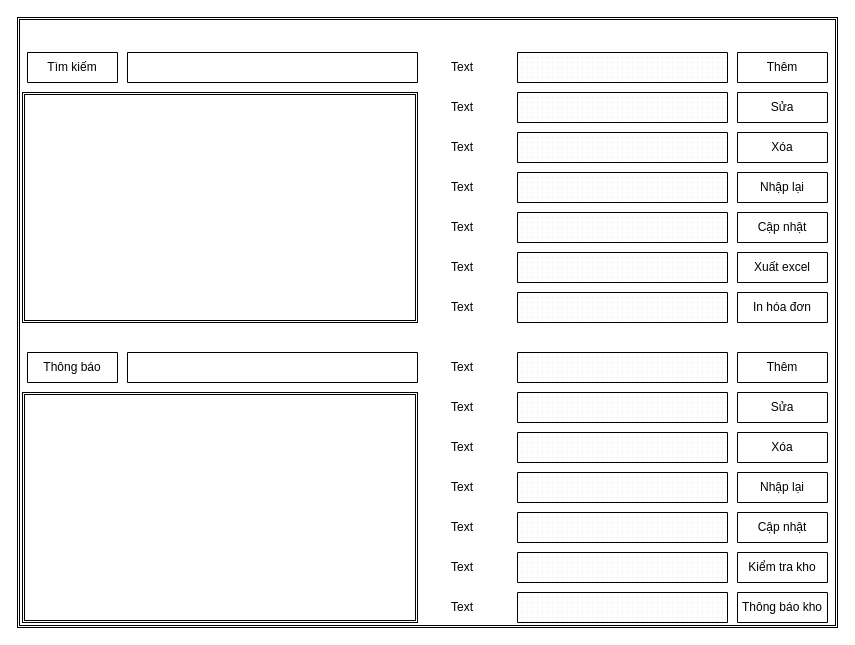
Before: Documents/file draw.io giao diện/hanghoa-cthanghoa.drawio in boopanda1998/Cong_nghe_phan_mem, a draw.io diagram. Source tidied: cells renumbered, new cells numbered last; positions are measured from the earlier drawing's top-left corner, leaving out a move shared by most shapes. Both pictures are drawn from the tidied source at 100%, with x=0, y=0 at pixel (17, 17).
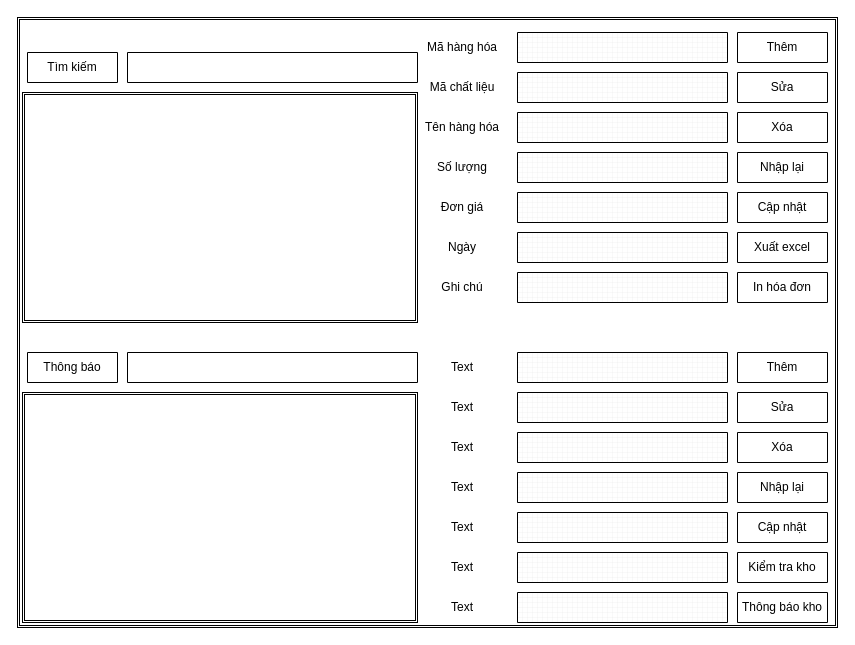
After the change.

The edit, as a diff of the source:
```diff
@@
     <mxCell id="4" style="verticalLabelPosition=bottom;verticalAlign=top;html=1;shape=mxgraph.basic.rect;fillColor2=none;strokeWidth=1;size=20;indent=5;" parent="1" vertex="1">
-      <mxGeometry x="720" y="35" width="90" height="30" as="geometry" />
+      <mxGeometry x="720" y="15" width="90" height="30" as="geometry" />
     </mxCell>
@@
     <mxCell id="10" style="verticalLabelPosition=bottom;verticalAlign=top;html=1;shape=mxgraph.basic.rect;fillColor2=none;strokeWidth=1;size=20;indent=5;" parent="1" vertex="1">
-      <mxGeometry x="720" y="75" width="90" height="30" as="geometry" />
+      <mxGeometry x="720" y="55" width="90" height="30" as="geometry" />
     </mxCell>
     <mxCell id="11" style="verticalLabelPosition=bottom;verticalAlign=top;html=1;shape=mxgraph.basic.rect;fillColor2=none;strokeWidth=1;size=20;indent=5;" parent="1" vertex="1">
-      <mxGeometry x="720" y="115" width="90" height="30" as="geometry" />
+      <mxGeometry x="720" y="95" width="90" height="30" as="geometry" />
     </mxCell>
     <mxCell id="12" style="verticalLabelPosition=bottom;verticalAlign=top;html=1;shape=mxgraph.basic.rect;fillColor2=none;strokeWidth=1;size=20;indent=5;" parent="1" vertex="1">
-      <mxGeometry x="720" y="155" width="90" height="30" as="geometry" />
+      <mxGeometry x="720" y="135" width="90" height="30" as="geometry" />
     </mxCell>
     <mxCell id="13" style="verticalLabelPosition=bottom;verticalAlign=top;html=1;shape=mxgraph.basic.rect;fillColor2=none;strokeWidth=1;size=20;indent=5;" parent="1" vertex="1">
-      <mxGeometry x="720" y="195" width="90" height="30" as="geometry" />
+      <mxGeometry x="720" y="175" width="90" height="30" as="geometry" />
     </mxCell>
     <mxCell id="14" style="verticalLabelPosition=bottom;verticalAlign=top;html=1;shape=mxgraph.basic.rect;fillColor2=none;strokeWidth=1;size=20;indent=5;" parent="1" vertex="1">
-      <mxGeometry x="720" y="235" width="90" height="30" as="geometry" />
+      <mxGeometry x="720" y="215" width="90" height="30" as="geometry" />
     </mxCell>
@@
     <mxCell id="17" style="verticalLabelPosition=bottom;verticalAlign=top;html=1;shape=mxgraph.basic.patternFillRect;fillStyle=grid;step=5;fillStrokeWidth=0.2;fillStrokeColor=#dddddd;" parent="1" vertex="1">
-      <mxGeometry x="500" y="35" width="210" height="30" as="geometry" />
+      <mxGeometry x="500" y="15" width="210" height="30" as="geometry" />
     </mxCell>
     <mxCell id="18" style="verticalLabelPosition=bottom;verticalAlign=top;html=1;shape=mxgraph.basic.patternFillRect;fillStyle=grid;step=5;fillStrokeWidth=0.2;fillStrokeColor=#dddddd;" parent="1" vertex="1">
-      <mxGeometry x="500" y="75" width="210" height="30" as="geometry" />
+      <mxGeometry x="500" y="55" width="210" height="30" as="geometry" />
     </mxCell>
     <mxCell id="19" style="verticalLabelPosition=bottom;verticalAlign=top;html=1;shape=mxgraph.basic.patternFillRect;fillStyle=grid;step=5;fillStrokeWidth=0.2;fillStrokeColor=#dddddd;" parent="1" vertex="1">
-      <mxGeometry x="500" y="115" width="210" height="30" as="geometry" />
+      <mxGeometry x="500" y="95" width="210" height="30" as="geometry" />
     </mxCell>
     <mxCell id="20" style="verticalLabelPosition=bottom;verticalAlign=top;html=1;shape=mxgraph.basic.patternFillRect;fillStyle=grid;step=5;fillStrokeWidth=0.2;fillStrokeColor=#dddddd;" parent="1" vertex="1">
-      <mxGeometry x="500" y="195" width="210" height="30" as="geometry" />
+      <mxGeometry x="500" y="175" width="210" height="30" as="geometry" />
     </mxCell>
     <mxCell id="21" style="verticalLabelPosition=bottom;verticalAlign=top;html=1;shape=mxgraph.basic.patternFillRect;fillStyle=grid;step=5;fillStrokeWidth=0.2;fillStrokeColor=#dddddd;" parent="1" vertex="1">
-      <mxGeometry x="500" y="155" width="210" height="30" as="geometry" />
+      <mxGeometry x="500" y="135" width="210" height="30" as="geometry" />
     </mxCell>
     <mxCell id="22" style="verticalLabelPosition=bottom;verticalAlign=top;html=1;shape=mxgraph.basic.patternFillRect;fillStyle=grid;step=5;fillStrokeWidth=0.2;fillStrokeColor=#dddddd;" parent="1" vertex="1">
-      <mxGeometry x="500" y="235" width="210" height="30" as="geometry" />
+      <mxGeometry x="500" y="215" width="210" height="30" as="geometry" />
     </mxCell>
     <mxCell id="23" value="Thêm" style="text;html=1;strokeColor=none;fillColor=none;align=center;verticalAlign=middle;whiteSpace=wrap;rounded=0;" parent="1" vertex="1">
-      <mxGeometry x="720" y="35" width="90" height="30" as="geometry" />
+      <mxGeometry x="720" y="15" width="90" height="30" as="geometry" />
     </mxCell>
-    <mxCell id="24" value="Text" style="text;html=1;strokeColor=none;fillColor=none;align=center;verticalAlign=middle;whiteSpace=wrap;rounded=0;" parent="1" vertex="1">
-      <mxGeometry x="400" y="75" width="90" height="30" as="geometry" />
+    <mxCell id="24" value="Mã chất liệu" style="text;html=1;strokeColor=none;fillColor=none;align=center;verticalAlign=middle;whiteSpace=wrap;rounded=0;" parent="1" vertex="1">
+      <mxGeometry x="400" y="55" width="90" height="30" as="geometry" />
     </mxCell>
-    <mxCell id="25" value="Text" style="text;html=1;strokeColor=none;fillColor=none;align=center;verticalAlign=middle;whiteSpace=wrap;rounded=0;" parent="1" vertex="1">
-      <mxGeometry x="400" y="115" width="90" height="30" as="geometry" />
+    <mxCell id="25" value="Tên hàng hóa" style="text;html=1;strokeColor=none;fillColor=none;align=center;verticalAlign=middle;whiteSpace=wrap;rounded=0;" parent="1" vertex="1">
+      <mxGeometry x="400" y="95" width="90" height="30" as="geometry" />
     </mxCell>
-    <mxCell id="26" value="Text" style="text;html=1;strokeColor=none;fillColor=none;align=center;verticalAlign=middle;whiteSpace=wrap;rounded=0;" parent="1" vertex="1">
-      <mxGeometry x="400" y="235" width="90" height="30" as="geometry" />
+    <mxCell id="26" value="Ngày" style="text;html=1;strokeColor=none;fillColor=none;align=center;verticalAlign=middle;whiteSpace=wrap;rounded=0;" parent="1" vertex="1">
+      <mxGeometry x="400" y="215" width="90" height="30" as="geometry" />
     </mxCell>
-    <mxCell id="27" value="Text" style="text;html=1;strokeColor=none;fillColor=none;align=center;verticalAlign=middle;whiteSpace=wrap;rounded=0;" parent="1" vertex="1">
-      <mxGeometry x="400" y="195" width="90" height="30" as="geometry" />
+    <mxCell id="27" value="Đơn giá" style="text;html=1;strokeColor=none;fillColor=none;align=center;verticalAlign=middle;whiteSpace=wrap;rounded=0;" parent="1" vertex="1">
+      <mxGeometry x="400" y="175" width="90" height="30" as="geometry" />
     </mxCell>
-    <mxCell id="28" value="Text" style="text;html=1;strokeColor=none;fillColor=none;align=center;verticalAlign=middle;whiteSpace=wrap;rounded=0;" parent="1" vertex="1">
-      <mxGeometry x="400" y="155" width="90" height="30" as="geometry" />
+    <mxCell id="28" value="Số lượng" style="text;html=1;strokeColor=none;fillColor=none;align=center;verticalAlign=middle;whiteSpace=wrap;rounded=0;" parent="1" vertex="1">
+      <mxGeometry x="400" y="135" width="90" height="30" as="geometry" />
     </mxCell>
@@
     <mxCell id="51" style="verticalLabelPosition=bottom;verticalAlign=top;html=1;shape=mxgraph.basic.patternFillRect;fillStyle=grid;step=5;fillStrokeWidth=0.2;fillStrokeColor=#dddddd;" parent="1" vertex="1">
-      <mxGeometry x="500" y="275" width="210" height="30" as="geometry" />
+      <mxGeometry x="500" y="255" width="210" height="30" as="geometry" />
     </mxCell>
-    <mxCell id="52" value="Text" style="text;html=1;strokeColor=none;fillColor=none;align=center;verticalAlign=middle;whiteSpace=wrap;rounded=0;" parent="1" vertex="1">
-      <mxGeometry x="400" y="275" width="90" height="30" as="geometry" />
+    <mxCell id="52" value="Ghi chú" style="text;html=1;strokeColor=none;fillColor=none;align=center;verticalAlign=middle;whiteSpace=wrap;rounded=0;" parent="1" vertex="1">
+      <mxGeometry x="400" y="255" width="90" height="30" as="geometry" />
     </mxCell>
     <mxCell id="53" style="verticalLabelPosition=bottom;verticalAlign=top;html=1;shape=mxgraph.basic.rect;fillColor2=none;strokeWidth=1;size=20;indent=5;" parent="1" vertex="1">
-      <mxGeometry x="720" y="275" width="90" height="30" as="geometry" />
+      <mxGeometry x="720" y="255" width="90" height="30" as="geometry" />
     </mxCell>
     <mxCell id="54" value="Sửa" style="text;html=1;strokeColor=none;fillColor=none;align=center;verticalAlign=middle;whiteSpace=wrap;rounded=0;" parent="1" vertex="1">
-      <mxGeometry x="720" y="75" width="90" height="30" as="geometry" />
+      <mxGeometry x="720" y="55" width="90" height="30" as="geometry" />
     </mxCell>
     <mxCell id="55" value="Xóa" style="text;html=1;strokeColor=none;fillColor=none;align=center;verticalAlign=middle;whiteSpace=wrap;rounded=0;" parent="1" vertex="1">
-      <mxGeometry x="720" y="115" width="90" height="30" as="geometry" />
+      <mxGeometry x="720" y="95" width="90" height="30" as="geometry" />
     </mxCell>
     <mxCell id="56" value="Nhập lại" style="text;html=1;strokeColor=none;fillColor=none;align=center;verticalAlign=middle;whiteSpace=wrap;rounded=0;" parent="1" vertex="1">
-      <mxGeometry x="720" y="155" width="90" height="30" as="geometry" />
+      <mxGeometry x="720" y="135" width="90" height="30" as="geometry" />
     </mxCell>
     <mxCell id="57" value="Cập nhật" style="text;html=1;strokeColor=none;fillColor=none;align=center;verticalAlign=middle;whiteSpace=wrap;rounded=0;" parent="1" vertex="1">
-      <mxGeometry x="720" y="195" width="90" height="30" as="geometry" />
+      <mxGeometry x="720" y="175" width="90" height="30" as="geometry" />
     </mxCell>
     <mxCell id="58" value="Xuất excel" style="text;html=1;strokeColor=none;fillColor=none;align=center;verticalAlign=middle;whiteSpace=wrap;rounded=0;" parent="1" vertex="1">
-      <mxGeometry x="720" y="235" width="90" height="30" as="geometry" />
+      <mxGeometry x="720" y="215" width="90" height="30" as="geometry" />
     </mxCell>
     <mxCell id="59" value="In hóa đơn" style="text;html=1;strokeColor=none;fillColor=none;align=center;verticalAlign=middle;whiteSpace=wrap;rounded=0;" parent="1" vertex="1">
-      <mxGeometry x="720" y="275" width="90" height="30" as="geometry" />
+      <mxGeometry x="720" y="255" width="90" height="30" as="geometry" />
     </mxCell>
@@
-    <mxCell id="67" value="Text" style="text;html=1;strokeColor=none;fillColor=none;align=center;verticalAlign=middle;whiteSpace=wrap;rounded=0;" parent="1" vertex="1">
-      <mxGeometry x="400" y="35" width="90" height="30" as="geometry" />
+    <mxCell id="67" value="Mã hàng hóa" style="text;html=1;strokeColor=none;fillColor=none;align=center;verticalAlign=middle;whiteSpace=wrap;rounded=0;" parent="1" vertex="1">
+      <mxGeometry x="400" y="15" width="90" height="30" as="geometry" />
     </mxCell>
```
